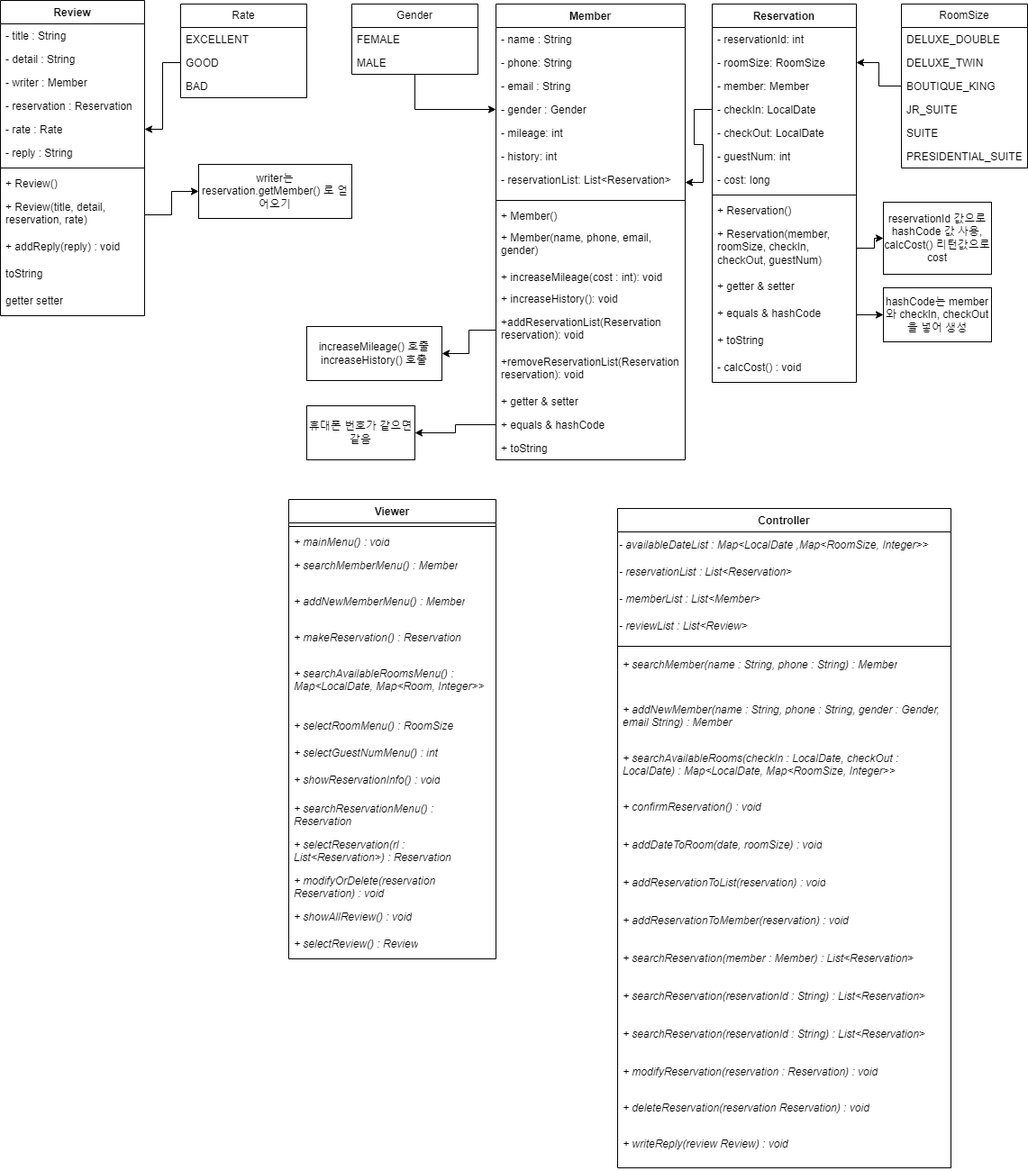
zoseonghun/hotel-reservation-program keeps this draw.io diagram as flow chart/클래스 다이어그램.png. Above is the earlier version. Source tidied: cells renumbered, new cells last; positions are measured from the earlier drawing's top-left corner, leaving out a move shared by most shapes.
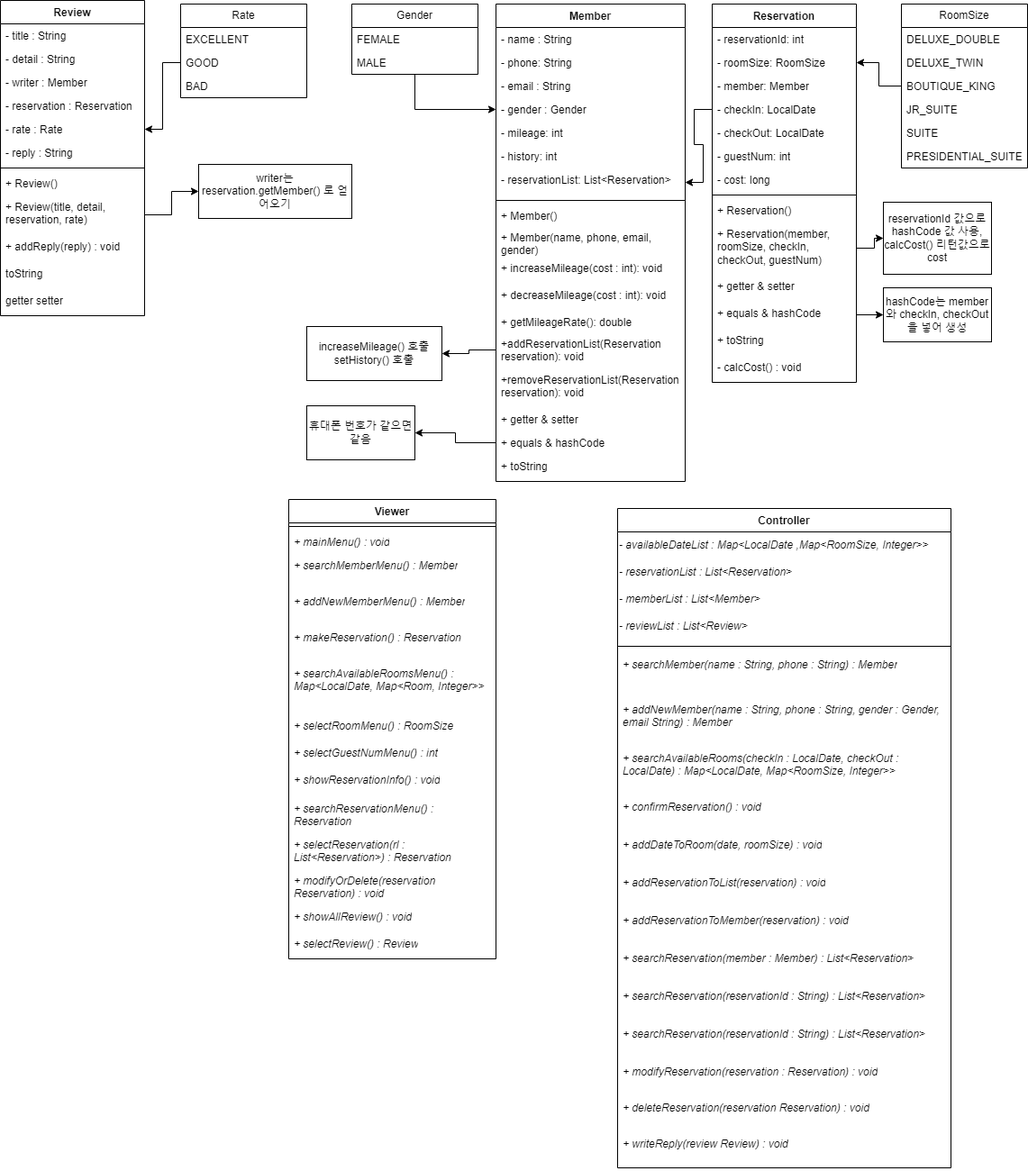
Later version of the same file.

Commit message:
Member Constructor revised, Class diagram revised on Member

What changed in the source:
```diff
@@ -3,7 +3,7 @@
     <mxCell id="0" />
     <mxCell id="1" parent="0" />
     <mxCell id="2" value="Member" style="swimlane;fontStyle=1;align=center;verticalAlign=top;horizontal=1;startSize=26;whiteSpace=wrap;html=1;" parent="1" vertex="1">
-      <mxGeometry x="550" y="4" width="210" height="506" as="geometry" />
+      <mxGeometry x="550" y="4" width="210" height="530" as="geometry" />
     </mxCell>
     <mxCell id="3" value="- name : String&lt;br&gt;" style="text;strokeColor=none;fillColor=none;align=left;verticalAlign=top;spacingLeft=4;spacingRight=4;overflow=hidden;whiteSpace=wrap;html=1;" parent="2" vertex="1">
       <mxGeometry y="26" width="210" height="26" as="geometry" />
@@ -33,28 +33,31 @@
       <mxGeometry y="222" width="210" height="24" as="geometry" />
     </mxCell>
     <mxCell id="12" value="+ Member(name, phone, email, gender)" style="text;strokeColor=none;fillColor=none;align=left;verticalAlign=top;spacingLeft=4;spacingRight=4;overflow=hidden;whiteSpace=wrap;html=1;" parent="2" vertex="1">
-      <mxGeometry y="246" width="210" height="44" as="geometry" />
+      <mxGeometry y="246" width="210" height="34" as="geometry" />
     </mxCell>
     <mxCell id="13" value="+ increaseMileage(cost : int): void" style="text;strokeColor=none;fillColor=none;align=left;verticalAlign=top;spacingLeft=4;spacingRight=4;overflow=hidden;whiteSpace=wrap;html=1;" parent="2" vertex="1">
-      <mxGeometry y="290" width="210" height="24" as="geometry" />
+      <mxGeometry y="280" width="210" height="30" as="geometry" />
     </mxCell>
-    <mxCell id="14" value="+ increaseHistory(): void" style="text;strokeColor=none;fillColor=none;align=left;verticalAlign=top;spacingLeft=4;spacingRight=4;overflow=hidden;whiteSpace=wrap;html=1;" parent="2" vertex="1">
-      <mxGeometry y="314" width="210" height="26" as="geometry" />
+    <mxCell id="14" value="+ decreaseMileage(cost : int): void" style="text;strokeColor=none;fillColor=none;align=left;verticalAlign=top;spacingLeft=4;spacingRight=4;overflow=hidden;whiteSpace=wrap;html=1;" parent="2" vertex="1">
+      <mxGeometry y="310" width="210" height="30" as="geometry" />
     </mxCell>
+    <mxCell id="110" value="+&amp;nbsp;getMileageRate(): double" style="text;strokeColor=none;fillColor=none;align=left;verticalAlign=top;spacingLeft=4;spacingRight=4;overflow=hidden;whiteSpace=wrap;html=1;" parent="2" vertex="1">
+      <mxGeometry y="340" width="210" height="24" as="geometry" />
+    </mxCell>
     <mxCell id="15" value="+addReservationList(Reservation reservation): void" style="text;strokeColor=none;fillColor=none;align=left;verticalAlign=top;spacingLeft=4;spacingRight=4;overflow=hidden;points=[[0,0.5],[1,0.5]];portConstraint=eastwest;whiteSpace=wrap;html=1;" parent="2" vertex="1">
-      <mxGeometry y="340" width="210" height="44" as="geometry" />
+      <mxGeometry y="364" width="210" height="40" as="geometry" />
     </mxCell>
     <mxCell id="16" value="+removeReservationList(Reservation reservation): void" style="text;strokeColor=none;fillColor=none;align=left;verticalAlign=top;spacingLeft=4;spacingRight=4;overflow=hidden;whiteSpace=wrap;html=1;" parent="2" vertex="1">
-      <mxGeometry y="384" width="210" height="44" as="geometry" />
+      <mxGeometry y="404" width="210" height="44" as="geometry" />
     </mxCell>
     <mxCell id="17" value="+ getter &amp;amp; setter" style="text;strokeColor=none;fillColor=none;align=left;verticalAlign=top;spacingLeft=4;spacingRight=4;overflow=hidden;whiteSpace=wrap;html=1;" parent="2" vertex="1">
-      <mxGeometry y="428" width="210" height="26" as="geometry" />
+      <mxGeometry y="448" width="210" height="26" as="geometry" />
     </mxCell>
     <mxCell id="18" value="+ equals &amp;amp; hashCode" style="text;strokeColor=none;fillColor=none;align=left;verticalAlign=top;spacingLeft=4;spacingRight=4;overflow=hidden;points=[[0,0.5],[1,0.5]];portConstraint=eastwest;whiteSpace=wrap;html=1;" parent="2" vertex="1">
-      <mxGeometry y="454" width="210" height="26" as="geometry" />
+      <mxGeometry y="474" width="210" height="26" as="geometry" />
     </mxCell>
     <mxCell id="19" value="+ toString" style="text;strokeColor=none;fillColor=none;align=left;verticalAlign=top;spacingLeft=4;spacingRight=4;overflow=hidden;whiteSpace=wrap;html=1;" parent="2" vertex="1">
-      <mxGeometry y="480" width="210" height="26" as="geometry" />
+      <mxGeometry y="500" width="210" height="30" as="geometry" />
     </mxCell>
     <mxCell id="20" value="Reservation" style="swimlane;fontStyle=1;align=center;verticalAlign=top;horizontal=1;startSize=26;whiteSpace=wrap;html=1;" parent="1" vertex="1">
       <mxGeometry x="790" y="4" width="160" height="420" as="geometry" />
@@ -242,7 +245,7 @@
     <mxCell id="81" style="edgeStyle=orthogonalEdgeStyle;rounded=0;jettySize=auto;html=1;entryX=1;entryY=0.5;entryDx=0;entryDy=0;" parent="1" edge="1" source="24" target="9">
       <mxGeometry relative="1" as="geometry" />
     </mxCell>
-    <mxCell id="82" value="increaseMileage() 호출&lt;br&gt;increaseHistory() 호출" style="whiteSpace=wrap;html=1;" parent="1" vertex="1">
+    <mxCell id="82" value="increaseMileage() 호출&lt;br&gt;setHistory() 호출" style="whiteSpace=wrap;html=1;" parent="1" vertex="1">
       <mxGeometry x="340" y="362" width="150" height="60" as="geometry" />
     </mxCell>
     <mxCell id="83" style="edgeStyle=orthogonalEdgeStyle;rounded=0;jettySize=auto;html=1;exitX=0;exitY=0.5;exitDx=0;exitDy=0;" parent="1" edge="1" source="15" target="82">
```
